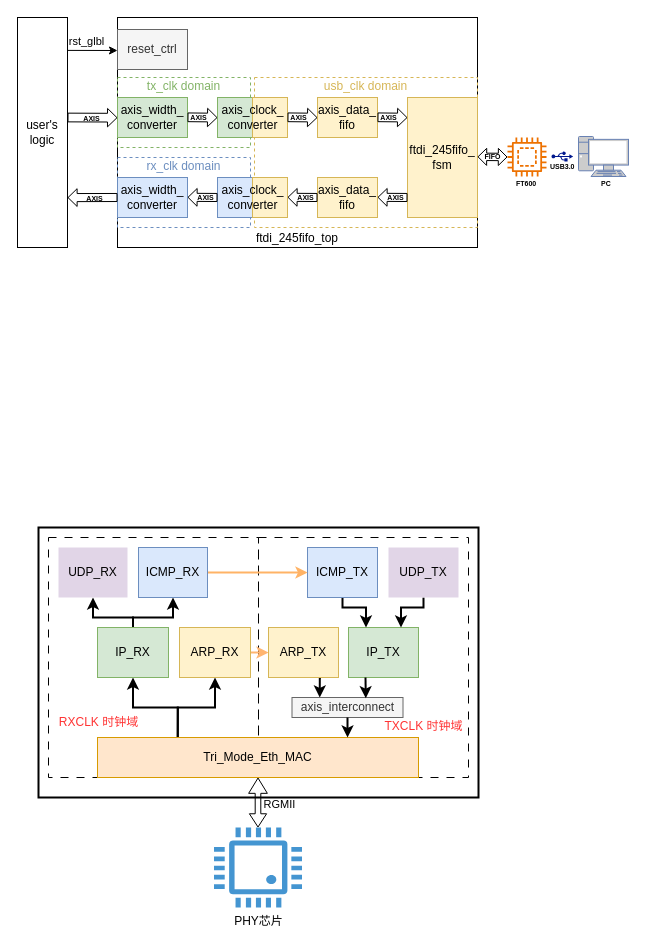
The draw.io diagram page "USB" (2 of 4) of flow_chart/框图.drawio in hjh0920/vscode_web, before the edit. Source tidied: cells renumbered, new cells numbered last; positions are measured from the earlier drawing's top-left corner, leaving out a move shared by most shapes. Both pictures are drawn from the tidied source at 100%, with x=0, y=0 at pixel (17, 17).
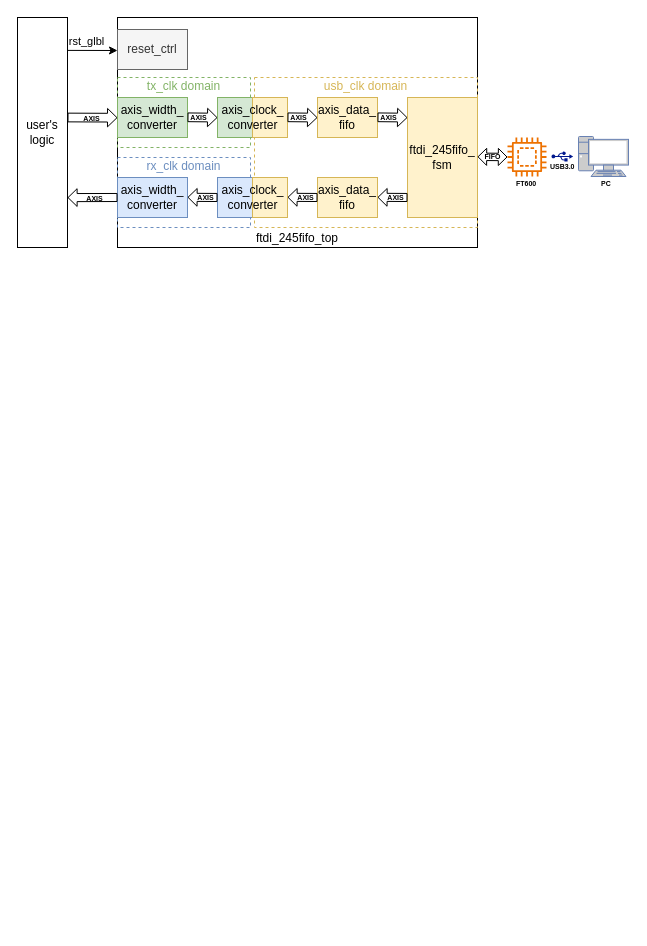
After the change.

The edit, as a diff of the source:
```diff
@@
-    <mxCell id="2" style="rounded=0;whiteSpace=wrap;html=1;fillColor=none;dashed=1;dashPattern=8 8;" parent="1" vertex="1">
-      <mxGeometry x="31" y="520" width="210" height="240" as="geometry" />
-    </mxCell>
-    <mxCell id="3" style="rounded=0;whiteSpace=wrap;html=1;fillColor=none;dashed=1;dashPattern=8 8;" parent="1" vertex="1">
-      <mxGeometry x="241" y="520" width="210" height="240" as="geometry" />
-    </mxCell>
@@
-    <mxCell id="49" style="edgeStyle=orthogonalEdgeStyle;rounded=0;jettySize=auto;html=1;exitX=0.25;exitY=0;exitDx=0;exitDy=0;entryX=0.5;entryY=1;entryDx=0;entryDy=0;strokeWidth=2;labelBorderColor=none;" parent="1" edge="1" source="53" target="65">
-      <mxGeometry relative="1" as="geometry" />
-    </mxCell>
-    <mxCell id="50" style="edgeStyle=orthogonalEdgeStyle;rounded=0;jettySize=auto;html=1;exitX=0.25;exitY=0;exitDx=0;exitDy=0;entryX=0.5;entryY=1;entryDx=0;entryDy=0;strokeWidth=2;labelBorderColor=none;" parent="1" edge="1" source="53" target="62">
-      <mxGeometry relative="1" as="geometry" />
-    </mxCell>
-    <mxCell id="51" style="edgeStyle=orthogonalEdgeStyle;rounded=0;jettySize=auto;html=1;exitX=0.5;exitY=1;exitDx=0;exitDy=0;shape=flexArrow;startArrow=block;width=5.590062111801242;endSize=4.072049689440994;startWidth=12.100613402260715;startSize=4.775155279503105;endWidth=10.609930172447049;" parent="1" edge="1" source="53" target="72">
-      <mxGeometry relative="1" as="geometry" />
-    </mxCell>
-    <mxCell id="52" value="RGMII" style="edgeLabel;html=1;align=center;verticalAlign=middle;labelBorderColor=none;" parent="51" vertex="1">
-      <mxGeometry x="-0.03" y="1" relative="1" as="geometry">
-        <mxPoint x="20" y="2" as="offset" />
-      </mxGeometry>
-    </mxCell>
-    <mxCell id="53" value="Tri_Mode_Eth_MAC" style="rounded=0;whiteSpace=wrap;html=1;fillColor=#ffe6cc;strokeColor=#d79b00;labelBorderColor=none;" parent="1" vertex="1">
-      <mxGeometry x="80" y="720" width="321" height="40" as="geometry" />
-    </mxCell>
-    <mxCell id="54" style="edgeStyle=orthogonalEdgeStyle;rounded=0;jettySize=auto;html=1;exitX=0.75;exitY=1;exitDx=0;exitDy=0;entryX=0.25;entryY=0;entryDx=0;entryDy=0;strokeWidth=2;labelBorderColor=none;" parent="1" edge="1" source="55" target="69">
-      <mxGeometry relative="1" as="geometry" />
-    </mxCell>
-    <mxCell id="55" value="ARP_TX" style="rounded=0;whiteSpace=wrap;html=1;fillColor=#fff2cc;strokeColor=#d6b656;labelBorderColor=none;" parent="1" vertex="1">
-      <mxGeometry x="251" y="610" width="70" height="50" as="geometry" />
-    </mxCell>
-    <mxCell id="56" value="IP_TX" style="rounded=0;whiteSpace=wrap;html=1;fillColor=#d5e8d4;strokeColor=#82b366;labelBorderColor=none;" parent="1" vertex="1">
-      <mxGeometry x="331" y="610" width="70" height="50" as="geometry" />
-    </mxCell>
-    <mxCell id="57" style="edgeStyle=orthogonalEdgeStyle;rounded=0;jettySize=auto;html=1;exitX=0.5;exitY=1;exitDx=0;exitDy=0;entryX=0.25;entryY=0;entryDx=0;entryDy=0;strokeWidth=2;labelBorderColor=none;" parent="1" edge="1" source="58" target="56">
-      <mxGeometry relative="1" as="geometry">
-        <Array as="points">
-          <mxPoint x="325" y="590" />
-          <mxPoint x="349" y="590" />
-        </Array>
-      </mxGeometry>
-    </mxCell>
-    <mxCell id="58" value="ICMP_TX" style="rounded=0;whiteSpace=wrap;html=1;fillColor=#dae8fc;strokeColor=#6c8ebf;labelBorderColor=none;" parent="1" vertex="1">
-      <mxGeometry x="290" y="530" width="70" height="50" as="geometry" />
-    </mxCell>
-    <mxCell id="59" style="edgeStyle=orthogonalEdgeStyle;rounded=0;jettySize=auto;html=1;exitX=0.5;exitY=1;exitDx=0;exitDy=0;entryX=0.75;entryY=0;entryDx=0;entryDy=0;strokeWidth=2;labelBorderColor=none;" parent="1" edge="1" source="60" target="56">
-      <mxGeometry relative="1" as="geometry">
-        <Array as="points">
-          <mxPoint x="406" y="590" />
-          <mxPoint x="384" y="590" />
-        </Array>
-      </mxGeometry>
-    </mxCell>
-    <mxCell id="60" value="UDP_TX" style="rounded=0;whiteSpace=wrap;html=1;fillColor=#e1d5e7;strokeColor=none;labelBorderColor=none;" parent="1" vertex="1">
-      <mxGeometry x="371" y="530" width="70" height="50" as="geometry" />
-    </mxCell>
-    <mxCell id="61" style="edgeStyle=orthogonalEdgeStyle;rounded=0;jettySize=auto;html=1;exitX=1;exitY=0.5;exitDx=0;exitDy=0;entryX=0;entryY=0.5;entryDx=0;entryDy=0;strokeColor=#FFB570;strokeWidth=2;labelBorderColor=none;" parent="1" edge="1" source="62" target="55">
-      <mxGeometry relative="1" as="geometry" />
-    </mxCell>
-    <mxCell id="62" value="ARP_RX" style="rounded=0;whiteSpace=wrap;html=1;fillColor=#fff2cc;strokeColor=#d6b656;labelBorderColor=none;" parent="1" vertex="1">
-      <mxGeometry x="162" y="610" width="71" height="50" as="geometry" />
-    </mxCell>
-    <mxCell id="63" style="edgeStyle=orthogonalEdgeStyle;rounded=0;jettySize=auto;html=1;exitX=0.5;exitY=0;exitDx=0;exitDy=0;entryX=0.5;entryY=1;entryDx=0;entryDy=0;strokeWidth=2;labelBorderColor=none;" parent="1" edge="1" source="65" target="68">
-      <mxGeometry relative="1" as="geometry">
-        <Array as="points">
-          <mxPoint x="115" y="600" />
-          <mxPoint x="75" y="600" />
-        </Array>
-      </mxGeometry>
-    </mxCell>
-    <mxCell id="64" style="edgeStyle=orthogonalEdgeStyle;rounded=0;jettySize=auto;html=1;exitX=0.5;exitY=0;exitDx=0;exitDy=0;entryX=0.5;entryY=1;entryDx=0;entryDy=0;strokeWidth=2;labelBorderColor=none;" parent="1" edge="1" source="65" target="67">
-      <mxGeometry relative="1" as="geometry">
-        <Array as="points">
-          <mxPoint x="115" y="600" />
-          <mxPoint x="155" y="600" />
-        </Array>
-      </mxGeometry>
-    </mxCell>
-    <mxCell id="65" value="IP_RX" style="rounded=0;whiteSpace=wrap;html=1;fillColor=#d5e8d4;strokeColor=#82b366;labelBorderColor=none;" parent="1" vertex="1">
-      <mxGeometry x="80" y="610" width="71" height="50" as="geometry" />
-    </mxCell>
-    <mxCell id="66" style="edgeStyle=orthogonalEdgeStyle;rounded=0;jettySize=auto;html=1;exitX=1;exitY=0.5;exitDx=0;exitDy=0;entryX=0;entryY=0.5;entryDx=0;entryDy=0;strokeColor=#FFB366;strokeWidth=2;labelBorderColor=none;" parent="1" edge="1" source="67" target="58">
-      <mxGeometry relative="1" as="geometry" />
-    </mxCell>
-    <mxCell id="67" value="ICMP_RX" style="rounded=0;whiteSpace=wrap;html=1;fillColor=#dae8fc;strokeColor=#6c8ebf;labelBorderColor=none;" parent="1" vertex="1">
-      <mxGeometry x="121" y="530" width="69" height="50" as="geometry" />
-    </mxCell>
-    <mxCell id="68" value="UDP_RX" style="rounded=0;whiteSpace=wrap;html=1;fillColor=#e1d5e7;strokeColor=none;labelBorderColor=none;" parent="1" vertex="1">
-      <mxGeometry x="41" y="530" width="69" height="50" as="geometry" />
-    </mxCell>
-    <mxCell id="69" value="axis_interconnect" style="rounded=0;whiteSpace=wrap;html=1;labelBorderColor=none;fillColor=#f5f5f5;fontColor=#333333;strokeColor=#666666;" parent="1" vertex="1">
-      <mxGeometry x="274.5" y="680" width="111" height="20" as="geometry" />
-    </mxCell>
-    <mxCell id="70" style="edgeStyle=orthogonalEdgeStyle;rounded=0;orthogonalLoop=1;jettySize=auto;html=1;entryX=0.665;entryY=0.084;entryDx=0;entryDy=0;entryPerimeter=0;strokeWidth=2;labelBorderColor=none;" parent="1" edge="1">
-      <mxGeometry relative="1" as="geometry">
-        <mxPoint x="348" y="660" as="sourcePoint" />
-        <mxPoint x="348.3" y="680.7" as="targetPoint" />
-      </mxGeometry>
-    </mxCell>
-    <mxCell id="71" style="edgeStyle=orthogonalEdgeStyle;rounded=0;jettySize=auto;html=1;exitX=0.5;exitY=1;exitDx=0;exitDy=0;entryX=0.779;entryY=0;entryDx=0;entryDy=0;entryPerimeter=0;strokeWidth=2;labelBorderColor=none;" parent="1" edge="1" source="69" target="53">
-      <mxGeometry relative="1" as="geometry" />
-    </mxCell>
-    <mxCell id="72" value="PHY芯片" style="shadow=0;dashed=0;html=1;strokeColor=none;fillColor=#4495D1;labelPosition=center;verticalLabelPosition=bottom;verticalAlign=top;align=center;outlineConnect=0;shape=mxgraph.veeam.cpu;" parent="1" vertex="1">
-      <mxGeometry x="196.5" y="810" width="88" height="80" as="geometry" />
-    </mxCell>
-    <mxCell id="73" value="RXCLK 时钟域" style="text;html=1;align=center;verticalAlign=middle;strokeColor=none;fillColor=none;fontColor=#FF3333;" parent="1" vertex="1">
-      <mxGeometry x="31" y="690" width="100" height="30" as="geometry" />
-    </mxCell>
-    <mxCell id="74" value="TXCLK 时钟域" style="text;html=1;align=center;verticalAlign=middle;strokeColor=none;fillColor=none;fontColor=#FF3333;" parent="1" vertex="1">
-      <mxGeometry x="356" y="694" width="100" height="30" as="geometry" />
-    </mxCell>
-    <mxCell id="75" style="rounded=0;whiteSpace=wrap;html=1;fillColor=none;strokeWidth=2;" parent="1" vertex="1">
-      <mxGeometry x="21" y="510" width="440" height="270" as="geometry" />
-    </mxCell>
```
